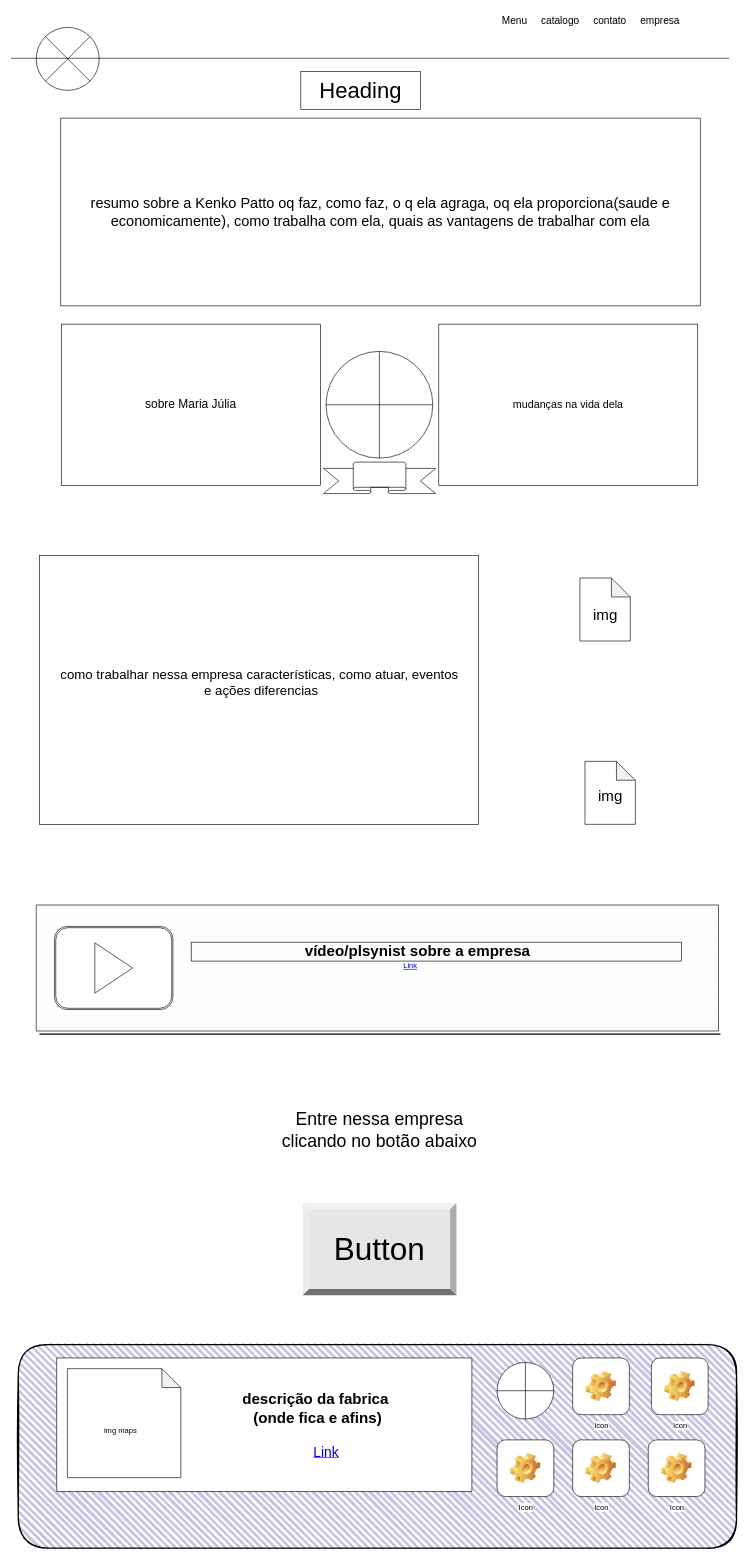
josezito69/html5css3 keeps this draw.io diagram as page "Página-1" (1 of 2) of Diagrama sem nome.drawio. Above is the earlier version. Source tidied: cells renumbered, new cells numbered last; positions are measured from the earlier drawing's top-left corner, leaving out a move shared by most shapes. Both pictures are drawn from the tidied source at 63%, with x=0, y=0 at pixel (11, 11).
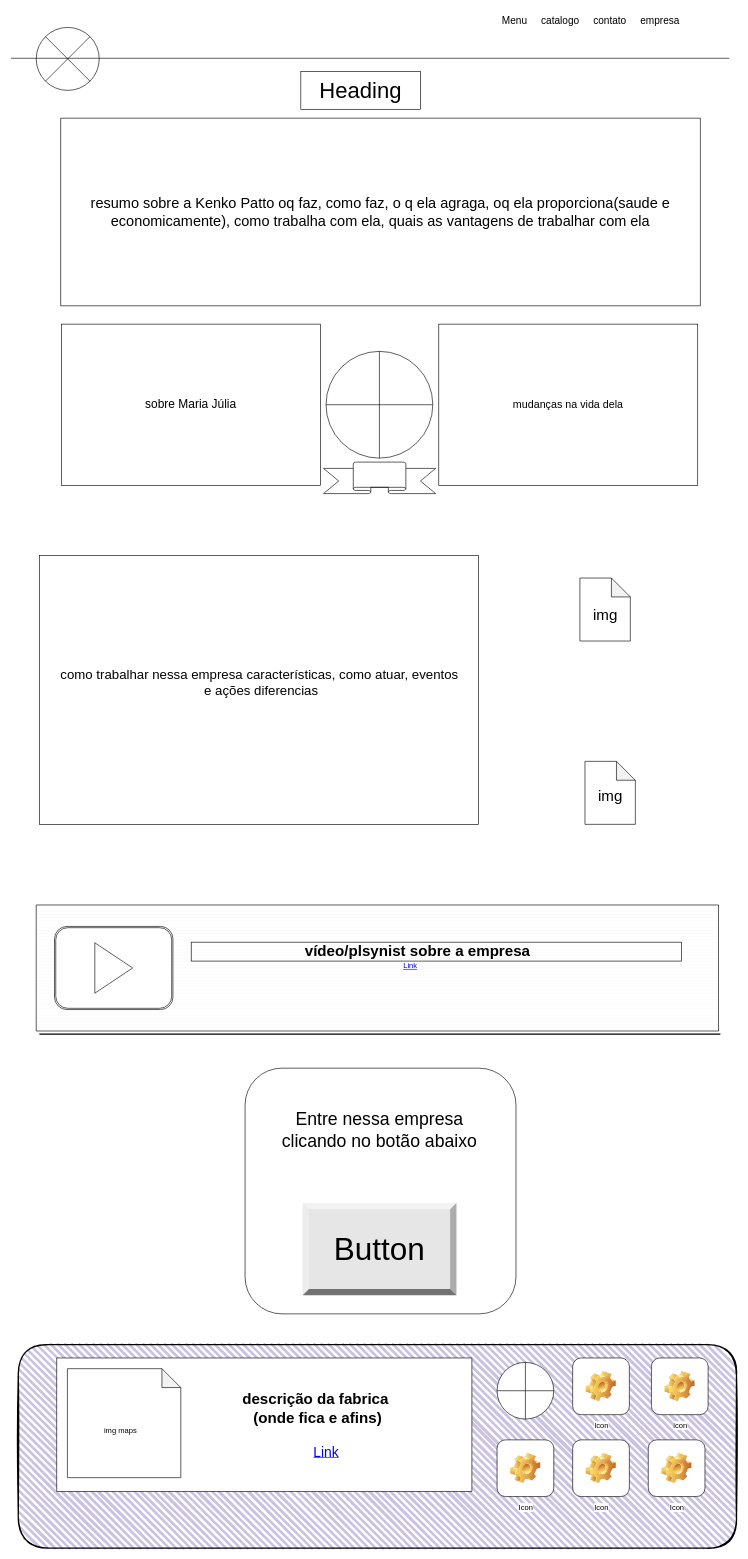
After the change.

Diff of the diagram source:
```diff
@@
+    <mxCell id="37" style="rounded=1;whiteSpace=wrap;html=1;" parent="1" vertex="1">
+      <mxGeometry x="371.5" y="1678" width="430" height="390" as="geometry" />
+    </mxCell>
```
